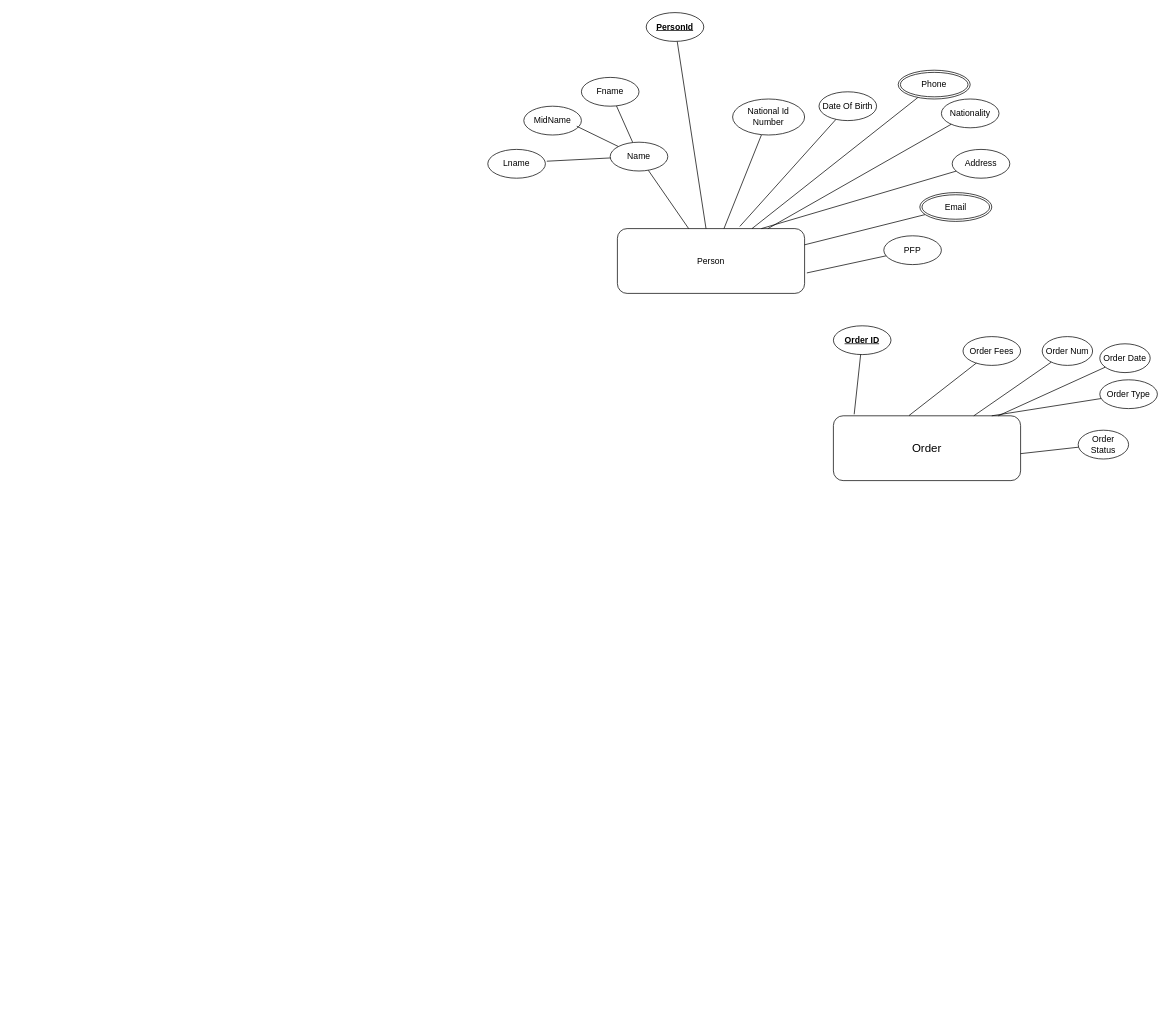
osama-dev2206/DLVD-System keeps this draw.io diagram as Initial Db Design/ERD.drawio. Above is the earlier version. Source tidied: cells renumbered, new cells numbered last; positions are measured from the earlier drawing's top-left corner, leaving out a move shared by most shapes. Both pictures are drawn from the tidied source at 72%, with x=0, y=0 at pixel (487, 12).
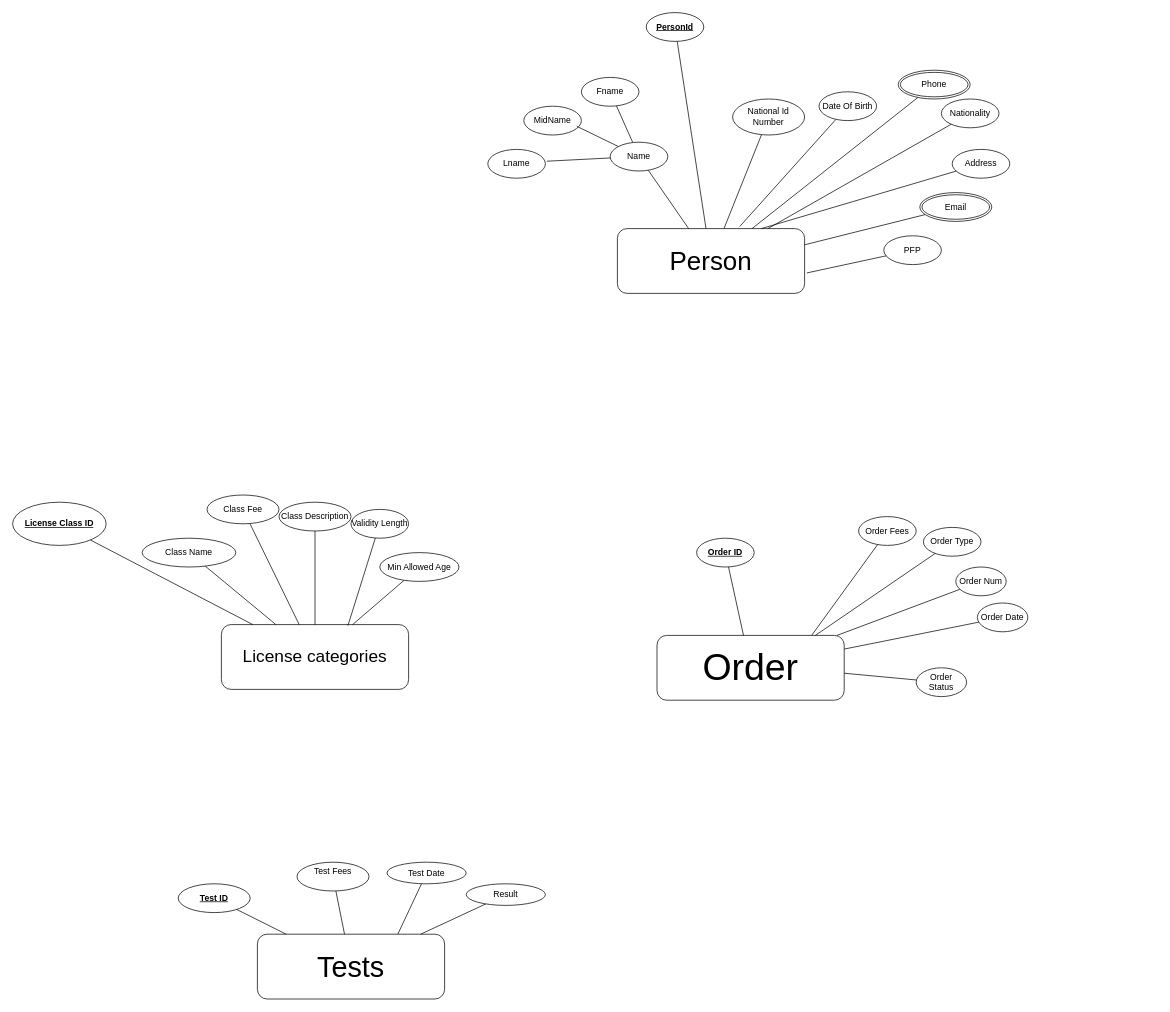
The same page after the edit.

What changed in the source:
```diff
@@
-    <mxCell id="2" value="&lt;font style=&quot;font-size: 16px;&quot;&gt;Order&lt;/font&gt;" style="rounded=1;whiteSpace=wrap;html=1;" parent="1" vertex="1">
-      <mxGeometry x="480" y="560" width="260" height="90" as="geometry" />
+    <mxCell id="2" value="&lt;font style=&quot;font-size: 52px;&quot;&gt;Order&lt;/font&gt;" style="rounded=1;whiteSpace=wrap;html=1;" parent="1" vertex="1">
+      <mxGeometry x="235" y="865" width="260" height="90" as="geometry" />
     </mxCell>
@@
     <mxCell id="4" value="Order Num" style="ellipse;whiteSpace=wrap;html=1;shapeInside=1;" parent="1" vertex="1">
-      <mxGeometry x="770" y="450" width="70" height="40" as="geometry" />
+      <mxGeometry x="650" y="770" width="70" height="40" as="geometry" />
     </mxCell>
     <mxCell id="5" value="Order Type" style="ellipse;whiteSpace=wrap;html=1;shapeInside=1;" parent="1" vertex="1">
-      <mxGeometry x="850" y="510" width="80" height="40" as="geometry" />
+      <mxGeometry x="605" y="715" width="80" height="40" as="geometry" />
     </mxCell>
@@
     <mxCell id="7" value="Order Date" style="ellipse;whiteSpace=wrap;html=1;shapeInside=1;" parent="1" vertex="1">
-      <mxGeometry x="850" y="460" width="70" height="40" as="geometry" />
+      <mxGeometry x="680" y="820" width="70" height="40" as="geometry" />
     </mxCell>
@@
     <mxCell id="9" value="Order Status" style="ellipse;whiteSpace=wrap;html=1;shapeInside=1;" parent="1" vertex="1">
-      <mxGeometry x="820" y="580" width="70" height="40" as="geometry" />
+      <mxGeometry x="595" y="910" width="70" height="40" as="geometry" />
     </mxCell>
@@
     <mxCell id="11" value="Order Fees" style="ellipse;whiteSpace=wrap;html=1;shapeInside=1;" parent="1" vertex="1">
-      <mxGeometry x="660" y="450" width="80" height="40" as="geometry" />
+      <mxGeometry x="515" y="700" width="80" height="40" as="geometry" />
     </mxCell>
-    <mxCell id="12" style="rounded=0;jettySize=auto;html=1;entryX=0.404;entryY=-0.004;entryDx=0;entryDy=0;entryPerimeter=0;endArrow=none;endFill=0;" parent="1" edge="1" source="11" target="2">
+    <mxCell id="12" style="rounded=0;jettySize=auto;html=1;entryX=0.827;entryY=-0.004;entryDx=0;entryDy=0;entryPerimeter=0;endArrow=none;endFill=0;" parent="1" edge="1" source="11" target="2">
       <mxGeometry relative="1" as="geometry" />
     </mxCell>
-    <mxCell id="13" value="Person" style="rounded=1;whiteSpace=wrap;html=1;" parent="1" vertex="1">
+    <mxCell id="13" value="&lt;font style=&quot;font-size: 36px;&quot;&gt;Person&lt;/font&gt;" style="rounded=1;whiteSpace=wrap;html=1;" parent="1" vertex="1">
       <mxGeometry x="180" y="300" width="260" height="90" as="geometry" />
     </mxCell>
@@
     <mxCell id="26" value="&lt;b&gt;&lt;u&gt;Order ID&lt;/u&gt;&lt;/b&gt;" style="ellipse;whiteSpace=wrap;html=1;shapeInside=1;" parent="1" vertex="1">
-      <mxGeometry x="480" y="435" width="80" height="40" as="geometry" />
+      <mxGeometry x="290" y="730" width="80" height="40" as="geometry" />
     </mxCell>
-    <mxCell id="27" style="rounded=0;jettySize=auto;html=1;entryX=0.111;entryY=-0.023;entryDx=0;entryDy=0;entryPerimeter=0;endArrow=none;endFill=0;" parent="1" edge="1" source="26" target="2">
+    <mxCell id="27" style="rounded=0;jettySize=auto;html=1;endArrow=none;endFill=0;" parent="1" edge="1" source="26" target="2">
       <mxGeometry relative="1" as="geometry" />
     </mxCell>
@@
+    <mxCell id="40" value="&lt;font style=&quot;font-size: 24px;&quot;&gt;License categories&lt;/font&gt;" style="rounded=1;whiteSpace=wrap;html=1;" parent="1" vertex="1">
+      <mxGeometry x="-370" y="850" width="260" height="90" as="geometry" />
+    </mxCell>
+    <mxCell id="41" style="rounded=0;jettySize=auto;html=1;endArrow=none;endFill=0;" parent="1" edge="1" source="42" target="40">
+      <mxGeometry relative="1" as="geometry" />
+    </mxCell>
+    <mxCell id="42" value="&lt;b&gt;&lt;u&gt;License Class ID&lt;/u&gt;&lt;/b&gt;" style="ellipse;whiteSpace=wrap;html=1;shapeInside=1;" parent="1" vertex="1">
+      <mxGeometry x="-660" y="680" width="130" height="60" as="geometry" />
+    </mxCell>
+    <mxCell id="43" style="rounded=0;jettySize=auto;html=1;endArrow=none;endFill=0;" parent="1" edge="1" source="44" target="40">
+      <mxGeometry relative="1" as="geometry" />
+    </mxCell>
+    <mxCell id="44" value="Min Allowed Age" style="ellipse;whiteSpace=wrap;html=1;shapeInside=1;" parent="1" vertex="1">
+      <mxGeometry x="-150" y="750" width="110" height="40" as="geometry" />
+    </mxCell>
+    <mxCell id="45" style="rounded=0;jettySize=auto;html=1;entryX=0.676;entryY=0.015;entryDx=0;entryDy=0;entryPerimeter=0;endArrow=none;endFill=0;" parent="1" edge="1" source="46" target="40">
+      <mxGeometry relative="1" as="geometry" />
+    </mxCell>
+    <mxCell id="46" value="Validity Length" style="ellipse;whiteSpace=wrap;html=1;shapeInside=1;" parent="1" vertex="1">
+      <mxGeometry x="-190" y="690" width="80" height="40" as="geometry" />
+    </mxCell>
+    <mxCell id="47" style="rounded=0;jettySize=auto;html=1;endArrow=none;endFill=0;" parent="1" edge="1" source="48" target="40">
+      <mxGeometry relative="1" as="geometry" />
+    </mxCell>
+    <mxCell id="48" value="Class Name" style="ellipse;whiteSpace=wrap;html=1;shapeInside=1;" parent="1" vertex="1">
+      <mxGeometry x="-480" y="730" width="130" height="40" as="geometry" />
+    </mxCell>
+    <mxCell id="49" style="rounded=0;jettySize=auto;html=1;endArrow=none;endFill=0;" parent="1" edge="1" source="50" target="40">
+      <mxGeometry relative="1" as="geometry" />
+    </mxCell>
+    <mxCell id="50" value="Class Description" style="ellipse;whiteSpace=wrap;html=1;shapeInside=1;" parent="1" vertex="1">
+      <mxGeometry x="-290" y="680" width="100" height="40" as="geometry" />
+    </mxCell>
+    <mxCell id="51" style="rounded=0;jettySize=auto;html=1;endArrow=none;endFill=0;" parent="1" edge="1" source="52" target="40">
+      <mxGeometry relative="1" as="geometry" />
+    </mxCell>
+    <mxCell id="52" value="Class Fee" style="ellipse;whiteSpace=wrap;html=1;shapeInside=1;" parent="1" vertex="1">
+      <mxGeometry x="-390" y="670" width="100" height="40" as="geometry" />
+    </mxCell>
+    <mxCell id="53" value="&lt;font style=&quot;font-size: 40px;&quot;&gt;Tests&lt;/font&gt;" style="rounded=1;whiteSpace=wrap;html=1;" parent="1" vertex="1">
+      <mxGeometry x="-320" y="1280" width="260" height="90" as="geometry" />
+    </mxCell>
+    <mxCell id="54" style="rounded=0;jettySize=auto;html=1;endArrow=none;endFill=0;" parent="1" edge="1" source="55" target="53">
+      <mxGeometry relative="1" as="geometry" />
+    </mxCell>
+    <mxCell id="55" value="&lt;b&gt;&lt;u&gt;Test ID&lt;/u&gt;&lt;/b&gt;" style="ellipse;whiteSpace=wrap;html=1;shapeInside=1;" parent="1" vertex="1">
+      <mxGeometry x="-430" y="1210" width="100" height="40" as="geometry" />
+    </mxCell>
+    <mxCell id="56" style="rounded=0;jettySize=auto;html=1;endArrow=none;endFill=0;" parent="1" edge="1" source="57" target="53">
+      <mxGeometry relative="1" as="geometry" />
+    </mxCell>
+    <mxCell id="57" value="Test Fees&lt;div&gt;&lt;br/&gt;&lt;/div&gt;" style="ellipse;whiteSpace=wrap;html=1;shapeInside=1;" parent="1" vertex="1">
+      <mxGeometry x="-265" y="1180" width="100" height="40" as="geometry" />
+    </mxCell>
+    <mxCell id="58" style="rounded=0;jettySize=auto;html=1;entryX=0.75;entryY=0;entryDx=0;entryDy=0;endArrow=none;endFill=0;" parent="1" edge="1" source="59" target="53">
+      <mxGeometry relative="1" as="geometry" />
+    </mxCell>
+    <mxCell id="59" value="Test Date" style="ellipse;whiteSpace=wrap;html=1;shapeInside=1;" parent="1" vertex="1">
+      <mxGeometry x="-140" y="1180" width="110" height="30" as="geometry" />
+    </mxCell>
+    <mxCell id="60" style="rounded=0;jettySize=auto;html=1;endArrow=none;endFill=0;" parent="1" edge="1" source="61" target="53">
+      <mxGeometry relative="1" as="geometry" />
+    </mxCell>
+    <mxCell id="61" value="Result" style="ellipse;whiteSpace=wrap;html=1;shapeInside=1;" parent="1" vertex="1">
+      <mxGeometry x="-30" y="1210" width="110" height="30" as="geometry" />
+    </mxCell>
```
